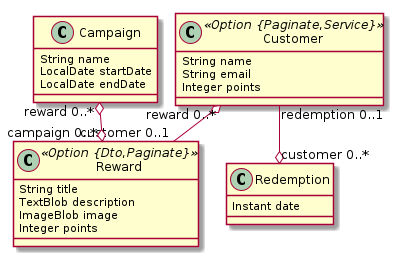
Before: loyalty.png, a diagram exported from PlantUML (kevintanhongann/jhipster-jdl-collection).
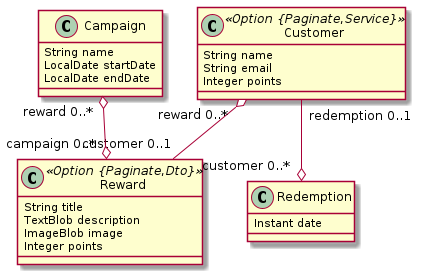
After the commit.

Diff of the diagram source:
```diff
@@ -1,12 +1,11 @@
 @startuml
-	!pragma layout smetana
 	!pragma syntax class
 	class Customer <<Option {Paginate,Service}>> {
 		String name
 		String email
 		Integer points
 	}
-	class Reward <<Option {Dto,Paginate}>> {
+	class Reward <<Option {Paginate,Dto}>> {
 		String title
 		TextBlob description
 		ImageBlob image
```
